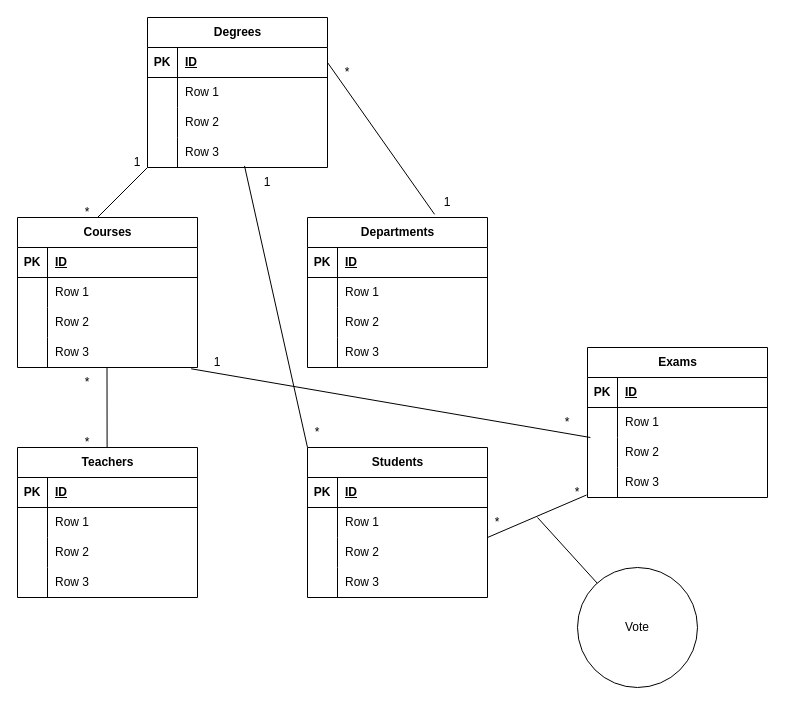
The draw.io diagram db-university.drawio in ChristopherS24/db-university, before the edit. Source tidied: cells renumbered, new cells numbered last; positions are measured from the earlier drawing's top-left corner, leaving out a move shared by most shapes. Both pictures are drawn from the tidied source at 100%, with x=0, y=0 at pixel (17, 17).
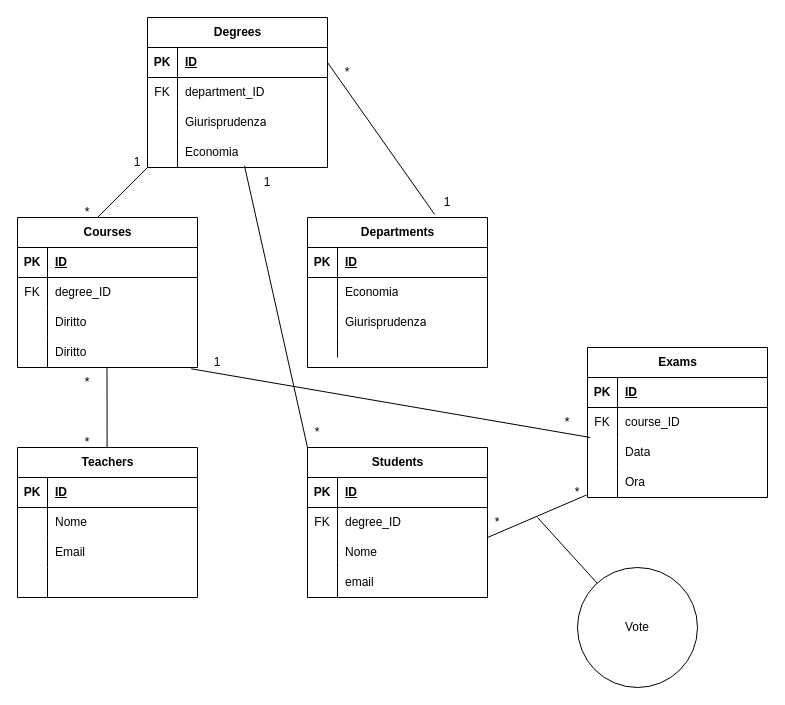
The same diagram, later.

The change refers to these unchanged cells:
```xml
<mxCell id="2" value="Departments" style="shape=table;startSize=30;childLayout=tableLayout;rowLines=0;fontStyle=1;align=center;html=1;" parent="1" vertex="1">
  <mxGeometry x="290" y="200" width="180" height="150" as="geometry" />
</mxCell>
<mxCell id="6" style="shape=tableRow;horizontal=0;startSize=0;swimlaneHead=0;swimlaneBody=0;fillColor=none;top=0;left=0;right=0;bottom=0;" parent="2" vertex="1">
  <mxGeometry y="60" width="180" height="30" as="geometry" />
</mxCell>
<mxCell id="9" style="shape=tableRow;horizontal=0;startSize=0;swimlaneHead=0;swimlaneBody=0;fillColor=none;top=0;left=0;right=0;bottom=0;" parent="2" vertex="1">
  <mxGeometry y="90" width="180" height="30" as="geometry" />
</mxCell>
<mxCell id="19" style="shape=tableRow;horizontal=0;startSize=0;swimlaneHead=0;swimlaneBody=0;fillColor=none;top=0;left=0;right=0;bottom=0;" parent="15" vertex="1">
  <mxGeometry y="60" width="180" height="30" as="geometry" />
</mxCell>
<mxCell id="22" style="shape=tableRow;horizontal=0;startSize=0;swimlaneHead=0;swimlaneBody=0;fillColor=none;top=0;left=0;right=0;bottom=0;" parent="15" vertex="1">
  <mxGeometry y="90" width="180" height="30" as="geometry" />
</mxCell>
<mxCell id="25" style="shape=tableRow;horizontal=0;startSize=0;swimlaneHead=0;swimlaneBody=0;fillColor=none;points=[[0,0.5],[1,0.5]];portConstraint=eastwest;top=0;left=0;right=0;bottom=0;" parent="15" vertex="1">
  <mxGeometry y="120" width="180" height="30" as="geometry" />
</mxCell>
<mxCell id="32" style="shape=tableRow;horizontal=0;startSize=0;swimlaneHead=0;swimlaneBody=0;fillColor=none;top=0;left=0;right=0;bottom=0;" parent="28" vertex="1">
  <mxGeometry y="60" width="180" height="30" as="geometry" />
</mxCell>
<mxCell id="35" style="shape=tableRow;horizontal=0;startSize=0;swimlaneHead=0;swimlaneBody=0;fillColor=none;top=0;left=0;right=0;bottom=0;" parent="28" vertex="1">
  <mxGeometry y="90" width="180" height="30" as="geometry" />
</mxCell>
<mxCell id="38" style="shape=tableRow;horizontal=0;startSize=0;swimlaneHead=0;swimlaneBody=0;fillColor=none;points=[[0,0.5],[1,0.5]];portConstraint=eastwest;top=0;left=0;right=0;bottom=0;" parent="28" vertex="1">
  <mxGeometry y="120" width="180" height="30" as="geometry" />
</mxCell>
<mxCell id="45" style="shape=tableRow;horizontal=0;startSize=0;swimlaneHead=0;swimlaneBody=0;fillColor=none;top=0;left=0;right=0;bottom=0;" parent="41" vertex="1">
  <mxGeometry y="60" width="180" height="30" as="geometry" />
</mxCell>
<mxCell id="48" style="shape=tableRow;horizontal=0;startSize=0;swimlaneHead=0;swimlaneBody=0;fillColor=none;points=[[0,0.5],[1,0.5]];portConstraint=eastwest;top=0;left=0;right=0;bottom=0;" parent="41" vertex="1">
  <mxGeometry y="90" width="180" height="30" as="geometry" />
</mxCell>
<mxCell id="51" style="shape=tableRow;horizontal=0;startSize=0;swimlaneHead=0;swimlaneBody=0;fillColor=none;points=[[0,0.5],[1,0.5]];portConstraint=eastwest;top=0;left=0;right=0;bottom=0;" parent="41" vertex="1">
  <mxGeometry y="120" width="180" height="30" as="geometry" />
</mxCell>
<mxCell id="58" style="shape=tableRow;horizontal=0;startSize=0;swimlaneHead=0;swimlaneBody=0;fillColor=none;top=0;left=0;right=0;bottom=0;" parent="54" vertex="1">
  <mxGeometry y="60" width="180" height="30" as="geometry" />
</mxCell>
<mxCell id="61" style="shape=tableRow;horizontal=0;startSize=0;swimlaneHead=0;swimlaneBody=0;fillColor=none;top=0;left=0;right=0;bottom=0;" parent="54" vertex="1">
  <mxGeometry y="90" width="180" height="30" as="geometry" />
</mxCell>
<mxCell id="64" style="shape=tableRow;horizontal=0;startSize=0;swimlaneHead=0;swimlaneBody=0;fillColor=none;top=0;left=0;right=0;bottom=0;" parent="54" vertex="1">
  <mxGeometry y="120" width="180" height="30" as="geometry" />
</mxCell>
<mxCell id="71" style="shape=tableRow;horizontal=0;startSize=0;swimlaneHead=0;swimlaneBody=0;fillColor=none;top=0;left=0;right=0;bottom=0;" parent="67" vertex="1">
  <mxGeometry y="60" width="180" height="30" as="geometry" />
</mxCell>
<mxCell id="74" style="shape=tableRow;horizontal=0;startSize=0;swimlaneHead=0;swimlaneBody=0;fillColor=none;top=0;left=0;right=0;bottom=0;" parent="67" vertex="1">
  <mxGeometry y="90" width="180" height="30" as="geometry" />
</mxCell>
<mxCell id="77" style="shape=tableRow;horizontal=0;startSize=0;swimlaneHead=0;swimlaneBody=0;fillColor=none;top=0;left=0;right=0;bottom=0;" parent="67" vertex="1">
  <mxGeometry y="120" width="180" height="30" as="geometry" />
</mxCell>
```

Change to the diagram source:
```diff
@@
-    <mxCell id="8" value="Row 1" style="shape=partialRectangle;fillColor=none;top=0;left=0;bottom=0;right=0;align=left;spacingLeft=6;overflow=hidden;whiteSpace=wrap;html=1;" parent="6" vertex="1">
+    <mxCell id="8" value="Economia" style="shape=partialRectangle;fillColor=none;top=0;left=0;bottom=0;right=0;align=left;spacingLeft=6;overflow=hidden;whiteSpace=wrap;html=1;" parent="6" vertex="1">
       <mxGeometry x="30" width="150" height="30" as="geometry" />
     </mxCell>
@@
-    <mxCell id="11" value="Row 2" style="shape=partialRectangle;fillColor=none;top=0;left=0;bottom=0;right=0;align=left;spacingLeft=6;overflow=hidden;whiteSpace=wrap;html=1;" parent="9" vertex="1">
+    <mxCell id="11" value="Giurisprudenza" style="shape=partialRectangle;fillColor=none;top=0;left=0;bottom=0;right=0;align=left;spacingLeft=6;overflow=hidden;whiteSpace=wrap;html=1;" parent="9" vertex="1">
       <mxGeometry x="30" width="150" height="30" as="geometry" />
     </mxCell>
     <mxCell id="12" style="shape=tableRow;horizontal=0;startSize=0;swimlaneHead=0;swimlaneBody=0;fillColor=none;top=0;left=0;right=0;bottom=0;" parent="2" vertex="1">
-      <mxGeometry y="120" width="180" height="30" as="geometry" />
+      <mxGeometry y="120" width="180" height="20" as="geometry" />
     </mxCell>
     <mxCell id="13" style="shape=partialRectangle;fillColor=none;top=0;left=0;bottom=0;right=0;overflow=hidden;whiteSpace=wrap;html=1;" parent="12" vertex="1">
-      <mxGeometry width="30" height="30" as="geometry" />
+      <mxGeometry width="30" height="20" as="geometry" />
     </mxCell>
-    <mxCell id="14" value="Row 3" style="shape=partialRectangle;fillColor=none;top=0;left=0;bottom=0;right=0;align=left;spacingLeft=6;overflow=hidden;whiteSpace=wrap;html=1;" parent="12" vertex="1">
-      <mxGeometry x="30" width="150" height="30" as="geometry" />
+    <mxCell id="14" style="shape=partialRectangle;fillColor=none;top=0;left=0;bottom=0;right=0;align=left;spacingLeft=6;overflow=hidden;whiteSpace=wrap;html=1;" parent="12" vertex="1">
+      <mxGeometry x="30" width="150" height="20" as="geometry" />
     </mxCell>
@@
-    <mxCell id="20" style="shape=partialRectangle;fillColor=none;top=0;left=0;bottom=0;right=0;overflow=hidden;whiteSpace=wrap;html=1;" parent="19" vertex="1">
+    <mxCell id="20" value="FK" style="shape=partialRectangle;fillColor=none;top=0;left=0;bottom=0;right=0;overflow=hidden;whiteSpace=wrap;html=1;" parent="19" vertex="1">
       <mxGeometry width="30" height="30" as="geometry" />
     </mxCell>
-    <mxCell id="21" value="Row 1" style="shape=partialRectangle;fillColor=none;top=0;left=0;bottom=0;right=0;align=left;spacingLeft=6;overflow=hidden;whiteSpace=wrap;html=1;" parent="19" vertex="1">
+    <mxCell id="21" value="degree_ID" style="shape=partialRectangle;fillColor=none;top=0;left=0;bottom=0;right=0;align=left;spacingLeft=6;overflow=hidden;whiteSpace=wrap;html=1;" parent="19" vertex="1">
       <mxGeometry x="30" width="150" height="30" as="geometry" />
     </mxCell>
@@
-    <mxCell id="24" value="Row 2" style="shape=partialRectangle;fillColor=none;top=0;left=0;bottom=0;right=0;align=left;spacingLeft=6;overflow=hidden;whiteSpace=wrap;html=1;" parent="22" vertex="1">
+    <mxCell id="24" value="Diritto" style="shape=partialRectangle;fillColor=none;top=0;left=0;bottom=0;right=0;align=left;spacingLeft=6;overflow=hidden;whiteSpace=wrap;html=1;" parent="22" vertex="1">
       <mxGeometry x="30" width="150" height="30" as="geometry" />
     </mxCell>
@@
-    <mxCell id="27" value="Row 3" style="shape=partialRectangle;fillColor=none;top=0;left=0;bottom=0;right=0;align=left;spacingLeft=6;overflow=hidden;whiteSpace=wrap;html=1;" parent="25" vertex="1">
+    <mxCell id="27" value="Diritto" style="shape=partialRectangle;fillColor=none;top=0;left=0;bottom=0;right=0;align=left;spacingLeft=6;overflow=hidden;whiteSpace=wrap;html=1;" parent="25" vertex="1">
       <mxGeometry x="30" width="150" height="30" as="geometry" />
     </mxCell>
@@
-    <mxCell id="33" style="shape=partialRectangle;fillColor=none;top=0;left=0;bottom=0;right=0;overflow=hidden;whiteSpace=wrap;html=1;" parent="32" vertex="1">
+    <mxCell id="33" value="FK" style="shape=partialRectangle;fillColor=none;top=0;left=0;bottom=0;right=0;overflow=hidden;whiteSpace=wrap;html=1;" parent="32" vertex="1">
       <mxGeometry width="30" height="30" as="geometry" />
     </mxCell>
-    <mxCell id="34" value="Row 1" style="shape=partialRectangle;fillColor=none;top=0;left=0;bottom=0;right=0;align=left;spacingLeft=6;overflow=hidden;whiteSpace=wrap;html=1;" parent="32" vertex="1">
+    <mxCell id="34" value="department_ID" style="shape=partialRectangle;fillColor=none;top=0;left=0;bottom=0;right=0;align=left;spacingLeft=6;overflow=hidden;whiteSpace=wrap;html=1;" parent="32" vertex="1">
       <mxGeometry x="30" width="150" height="30" as="geometry" />
     </mxCell>
@@
-    <mxCell id="37" value="Row 2" style="shape=partialRectangle;fillColor=none;top=0;left=0;bottom=0;right=0;align=left;spacingLeft=6;overflow=hidden;whiteSpace=wrap;html=1;" parent="35" vertex="1">
+    <mxCell id="37" value="Giurisprudenza" style="shape=partialRectangle;fillColor=none;top=0;left=0;bottom=0;right=0;align=left;spacingLeft=6;overflow=hidden;whiteSpace=wrap;html=1;" parent="35" vertex="1">
       <mxGeometry x="30" width="150" height="30" as="geometry" />
     </mxCell>
@@
-    <mxCell id="40" value="Row 3" style="shape=partialRectangle;fillColor=none;top=0;left=0;bottom=0;right=0;align=left;spacingLeft=6;overflow=hidden;whiteSpace=wrap;html=1;" parent="38" vertex="1">
+    <mxCell id="40" value="Economia" style="shape=partialRectangle;fillColor=none;top=0;left=0;bottom=0;right=0;align=left;spacingLeft=6;overflow=hidden;whiteSpace=wrap;html=1;" parent="38" vertex="1">
       <mxGeometry x="30" width="150" height="30" as="geometry" />
     </mxCell>
@@
-    <mxCell id="46" style="shape=partialRectangle;fillColor=none;top=0;left=0;bottom=0;right=0;overflow=hidden;whiteSpace=wrap;html=1;" parent="45" vertex="1">
+    <mxCell id="46" value="FK" style="shape=partialRectangle;fillColor=none;top=0;left=0;bottom=0;right=0;overflow=hidden;whiteSpace=wrap;html=1;" parent="45" vertex="1">
       <mxGeometry width="30" height="30" as="geometry" />
     </mxCell>
-    <mxCell id="47" value="Row 1" style="shape=partialRectangle;fillColor=none;top=0;left=0;bottom=0;right=0;align=left;spacingLeft=6;overflow=hidden;whiteSpace=wrap;html=1;" parent="45" vertex="1">
+    <mxCell id="47" value="course_ID" style="shape=partialRectangle;fillColor=none;top=0;left=0;bottom=0;right=0;align=left;spacingLeft=6;overflow=hidden;whiteSpace=wrap;html=1;" parent="45" vertex="1">
       <mxGeometry x="30" width="150" height="30" as="geometry" />
     </mxCell>
@@
-    <mxCell id="50" value="Row 2" style="shape=partialRectangle;fillColor=none;top=0;left=0;bottom=0;right=0;align=left;spacingLeft=6;overflow=hidden;whiteSpace=wrap;html=1;" parent="48" vertex="1">
+    <mxCell id="50" value="Data" style="shape=partialRectangle;fillColor=none;top=0;left=0;bottom=0;right=0;align=left;spacingLeft=6;overflow=hidden;whiteSpace=wrap;html=1;" parent="48" vertex="1">
       <mxGeometry x="30" width="150" height="30" as="geometry" />
     </mxCell>
@@
-    <mxCell id="53" value="Row 3" style="shape=partialRectangle;fillColor=none;top=0;left=0;bottom=0;right=0;align=left;spacingLeft=6;overflow=hidden;whiteSpace=wrap;html=1;" parent="51" vertex="1">
+    <mxCell id="53" value="Ora" style="shape=partialRectangle;fillColor=none;top=0;left=0;bottom=0;right=0;align=left;spacingLeft=6;overflow=hidden;whiteSpace=wrap;html=1;" parent="51" vertex="1">
       <mxGeometry x="30" width="150" height="30" as="geometry" />
     </mxCell>
@@
-    <mxCell id="59" style="shape=partialRectangle;fillColor=none;top=0;left=0;bottom=0;right=0;overflow=hidden;whiteSpace=wrap;html=1;" parent="58" vertex="1">
+    <mxCell id="59" value="FK" style="shape=partialRectangle;fillColor=none;top=0;left=0;bottom=0;right=0;overflow=hidden;whiteSpace=wrap;html=1;" parent="58" vertex="1">
       <mxGeometry width="30" height="30" as="geometry" />
     </mxCell>
-    <mxCell id="60" value="Row 1" style="shape=partialRectangle;fillColor=none;top=0;left=0;bottom=0;right=0;align=left;spacingLeft=6;overflow=hidden;whiteSpace=wrap;html=1;" parent="58" vertex="1">
+    <mxCell id="60" value="degree_ID" style="shape=partialRectangle;fillColor=none;top=0;left=0;bottom=0;right=0;align=left;spacingLeft=6;overflow=hidden;whiteSpace=wrap;html=1;" parent="58" vertex="1">
       <mxGeometry x="30" width="150" height="30" as="geometry" />
     </mxCell>
@@
-    <mxCell id="63" value="Row 2" style="shape=partialRectangle;fillColor=none;top=0;left=0;bottom=0;right=0;align=left;spacingLeft=6;overflow=hidden;whiteSpace=wrap;html=1;" parent="61" vertex="1">
+    <mxCell id="63" value="Nome" style="shape=partialRectangle;fillColor=none;top=0;left=0;bottom=0;right=0;align=left;spacingLeft=6;overflow=hidden;whiteSpace=wrap;html=1;" parent="61" vertex="1">
       <mxGeometry x="30" width="150" height="30" as="geometry" />
     </mxCell>
@@
-    <mxCell id="66" value="Row 3" style="shape=partialRectangle;fillColor=none;top=0;left=0;bottom=0;right=0;align=left;spacingLeft=6;overflow=hidden;whiteSpace=wrap;html=1;" parent="64" vertex="1">
+    <mxCell id="66" value="email" style="shape=partialRectangle;fillColor=none;top=0;left=0;bottom=0;right=0;align=left;spacingLeft=6;overflow=hidden;whiteSpace=wrap;html=1;" parent="64" vertex="1">
       <mxGeometry x="30" width="150" height="30" as="geometry" />
     </mxCell>
@@
-    <mxCell id="73" value="Row 1" style="shape=partialRectangle;fillColor=none;top=0;left=0;bottom=0;right=0;align=left;spacingLeft=6;overflow=hidden;whiteSpace=wrap;html=1;" parent="71" vertex="1">
+    <mxCell id="73" value="Nome" style="shape=partialRectangle;fillColor=none;top=0;left=0;bottom=0;right=0;align=left;spacingLeft=6;overflow=hidden;whiteSpace=wrap;html=1;" parent="71" vertex="1">
       <mxGeometry x="30" width="150" height="30" as="geometry" />
     </mxCell>
@@
-    <mxCell id="76" value="Row 2" style="shape=partialRectangle;fillColor=none;top=0;left=0;bottom=0;right=0;align=left;spacingLeft=6;overflow=hidden;whiteSpace=wrap;html=1;" parent="74" vertex="1">
+    <mxCell id="76" value="Email" style="shape=partialRectangle;fillColor=none;top=0;left=0;bottom=0;right=0;align=left;spacingLeft=6;overflow=hidden;whiteSpace=wrap;html=1;" parent="74" vertex="1">
       <mxGeometry x="30" width="150" height="30" as="geometry" />
     </mxCell>
@@
-    <mxCell id="79" value="Row 3" style="shape=partialRectangle;fillColor=none;top=0;left=0;bottom=0;right=0;align=left;spacingLeft=6;overflow=hidden;whiteSpace=wrap;html=1;" parent="77" vertex="1">
+    <mxCell id="79" style="shape=partialRectangle;fillColor=none;top=0;left=0;bottom=0;right=0;align=left;spacingLeft=6;overflow=hidden;whiteSpace=wrap;html=1;" parent="77" vertex="1">
       <mxGeometry x="30" width="150" height="30" as="geometry" />
     </mxCell>
```
